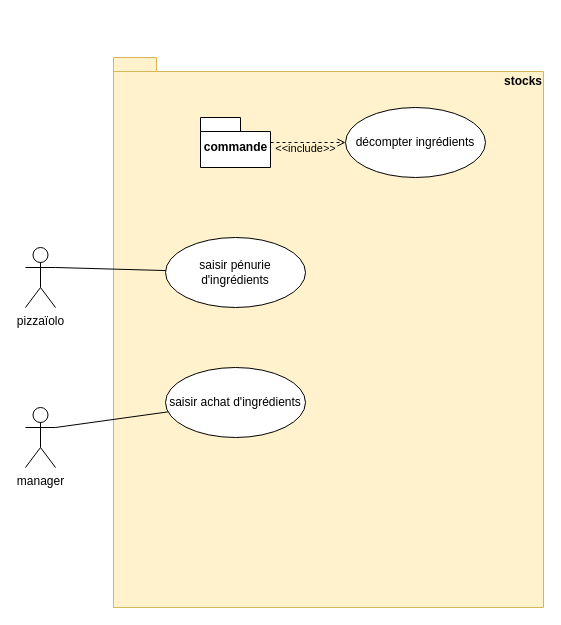
The draw.io diagram page "package-stocks" (5 of 6) of diagrammes.drawio in remace/OC-P4-UML_Pizzeria, before the edit. Source tidied: cells renumbered, new cells numbered last; positions are measured from the earlier drawing's top-left corner, leaving out a move shared by most shapes. Both pictures are drawn from the tidied source at 100%, with x=0, y=0 at pixel (25, 57).
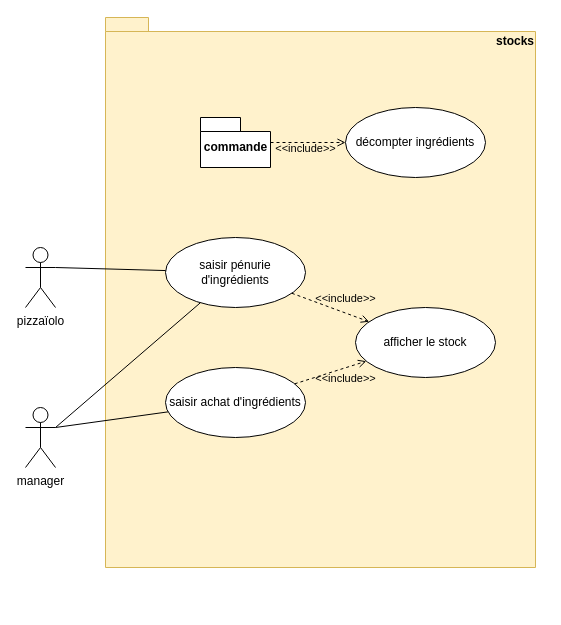
Above is the later version.

Commit message (it also covers changes not shown here):
descriptions use cases recettes,stock et authentification

Change to the diagram source:
```diff
@@
 <mxGraphModel>
   <root>
     <mxCell id="0" />
     <mxCell id="1" parent="0" />
     <mxCell id="2" value="stocks" style="shape=folder;fontStyle=1;spacingTop=10;tabWidth=40;tabHeight=14;tabPosition=left;html=1;align=right;verticalAlign=top;fillColor=#fff2cc;strokeColor=#d6b656;" parent="1" vertex="1">
-      <mxGeometry x="88" width="430" height="550" as="geometry" />
+      <mxGeometry x="80" y="-40" width="430" height="550" as="geometry" />
     </mxCell>
     <mxCell id="3" value="pizzaïolo" style="shape=umlActor;verticalLabelPosition=bottom;labelBackgroundColor=#ffffff;verticalAlign=top;html=1;align=center;" parent="1" vertex="1">
       <mxGeometry y="190" width="30" height="60" as="geometry" />
     </mxCell>
     <mxCell id="4" value="manager" style="shape=umlActor;verticalLabelPosition=bottom;labelBackgroundColor=#ffffff;verticalAlign=top;html=1;align=center;" parent="1" vertex="1">
       <mxGeometry y="350" width="30" height="60" as="geometry" />
     </mxCell>
     <mxCell id="5" value="saisir achat d'ingrédients" style="ellipse;whiteSpace=wrap;html=1;align=center;" parent="1" vertex="1">
       <mxGeometry x="140" y="310" width="140" height="70" as="geometry" />
     </mxCell>
     <mxCell id="6" value="saisir pénurie d'ingrédients" style="ellipse;whiteSpace=wrap;html=1;align=center;" parent="1" vertex="1">
       <mxGeometry x="140" y="180" width="140" height="70" as="geometry" />
     </mxCell>
     <mxCell id="7" value="commande" style="shape=folder;fontStyle=1;spacingTop=10;tabWidth=40;tabHeight=14;tabPosition=left;html=1;align=center;" parent="1" vertex="1">
       <mxGeometry x="175" y="60" width="70" height="50" as="geometry" />
     </mxCell>
     <mxCell id="8" style="endArrow=none;html=1;entryX=1;entryY=0.3333333333333333;entryDx=0;entryDy=0;entryPerimeter=0;" parent="1" edge="1" source="5" target="4">
       <mxGeometry relative="1" as="geometry" />
     </mxCell>
     <mxCell id="9" style="endArrow=none;html=1;entryX=1;entryY=0.3333333333333333;entryDx=0;entryDy=0;entryPerimeter=0;" parent="1" edge="1" source="6" target="3">
       <mxGeometry relative="1" as="geometry" />
     </mxCell>
     <mxCell id="10" value="décompter ingrédients" style="ellipse;whiteSpace=wrap;html=1;align=center;" parent="1" vertex="1">
       <mxGeometry x="320" y="50" width="140" height="70" as="geometry" />
     </mxCell>
     <mxCell id="11" value="&amp;lt;&amp;lt;include&amp;gt;&amp;gt;" style="edgeStyle=none;html=1;endArrow=open;verticalAlign=bottom;dashed=1;labelBackgroundColor=none;" parent="1" edge="1" source="7" target="10">
       <mxGeometry x="-0.07" y="-15" relative="1" as="geometry" />
     </mxCell>
+    <mxCell id="12" value="afficher le stock" style="ellipse;whiteSpace=wrap;html=1;align=center;" parent="1" vertex="1">
+      <mxGeometry x="330" y="250" width="140" height="70" as="geometry" />
+    </mxCell>
+    <mxCell id="13" value="&amp;lt;&amp;lt;include&amp;gt;&amp;gt;" style="edgeStyle=none;html=1;endArrow=open;verticalAlign=bottom;dashed=1;labelBackgroundColor=none;" parent="1" edge="1" source="5" target="12">
+      <mxGeometry x="0.26" y="-19" relative="1" as="geometry" />
+    </mxCell>
+    <mxCell id="14" value="&amp;lt;&amp;lt;include&amp;gt;&amp;gt;" style="edgeStyle=none;html=1;endArrow=open;verticalAlign=bottom;dashed=1;labelBackgroundColor=none;" parent="1" edge="1" source="6" target="12">
+      <mxGeometry x="0.34" y="5" relative="1" as="geometry" />
+    </mxCell>
+    <mxCell id="15" style="endArrow=none;html=1;entryX=1;entryY=0.3333333333333333;entryDx=0;entryDy=0;entryPerimeter=0;" parent="1" edge="1" source="6" target="4">
+      <mxGeometry relative="1" as="geometry" />
+    </mxCell>
   </root>
 </mxGraphModel>
```
